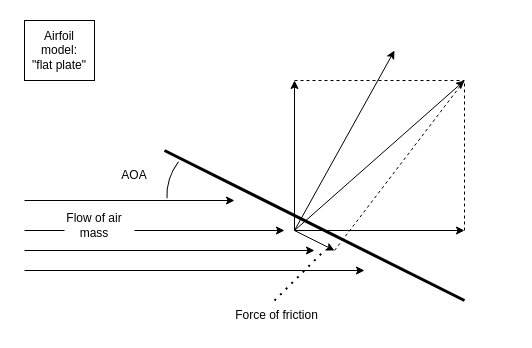
Earlier version of the draw.io diagram stability.drawio (jukkajo/satunnaista-tavaraa). Source tidied: cells renumbered, new cells numbered last; positions are measured from the earlier drawing's top-left corner, leaving out a move shared by most shapes. Both pictures are drawn from the tidied source at 100%, with x=0, y=0 at pixel (24, 20).
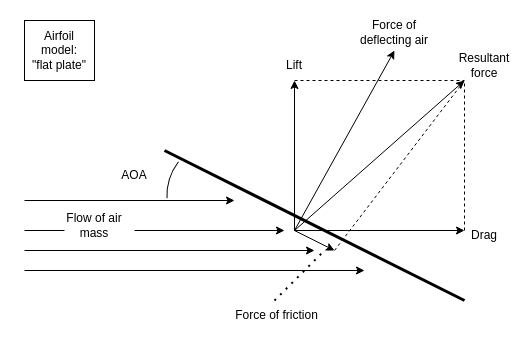
Above is the later version.

Diff of the diagram source:
```diff
@@
+    <mxCell id="22" value="Lift" style="text;html=1;align=center;verticalAlign=middle;whiteSpace=wrap;rounded=0;" parent="1" vertex="1">
+      <mxGeometry x="240" y="30" width="60" height="30" as="geometry" />
+    </mxCell>
+    <mxCell id="23" value="Force of deflecting air" style="text;html=1;align=center;verticalAlign=middle;whiteSpace=wrap;rounded=0;" parent="1" vertex="1">
+      <mxGeometry x="330" y="-3" width="80" height="30" as="geometry" />
+    </mxCell>
+    <mxCell id="24" value="Resultant force" style="text;html=1;align=center;verticalAlign=middle;whiteSpace=wrap;rounded=0;" parent="1" vertex="1">
+      <mxGeometry x="430" y="30" width="60" height="30" as="geometry" />
+    </mxCell>
+    <mxCell id="25" value="Drag" style="text;html=1;align=center;verticalAlign=middle;whiteSpace=wrap;rounded=0;" parent="1" vertex="1">
+      <mxGeometry x="430" y="200" width="60" height="30" as="geometry" />
+    </mxCell>
```
